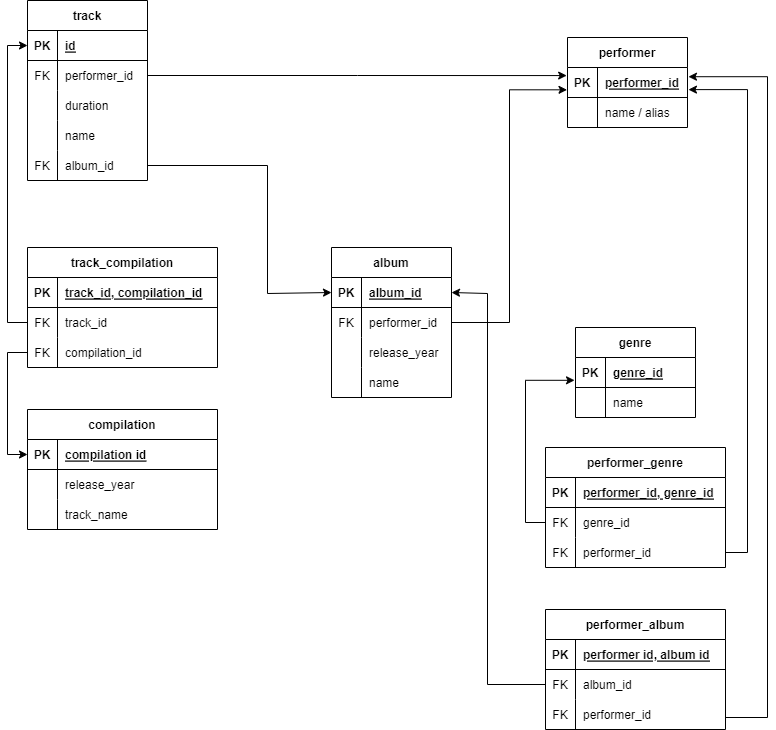
This is Diagram_new.png from femarko/DB_hometasks, a draw.io export, as it was before one commit. Source tidied: cells renumbered, new cells last; positions are measured from the earlier drawing's top-left corner, leaving out a move shared by most shapes.
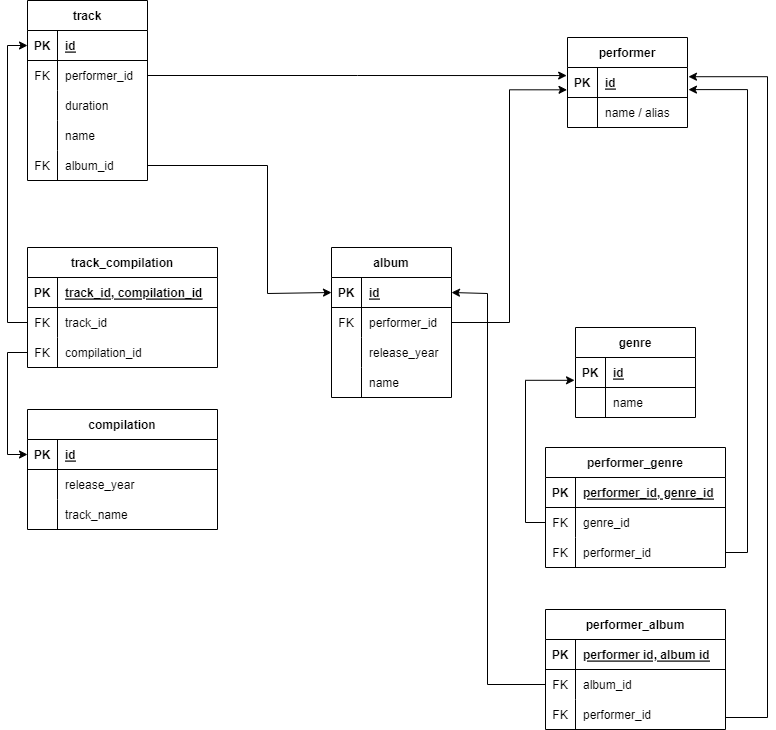
Later version of the same file.

Diff of the diagram source:
```diff
@@ -11,7 +11,7 @@
     <mxCell id="4" value="PK" style="shape=partialRectangle;fillColor=none;top=0;left=0;bottom=0;right=0;fontStyle=1;overflow=hidden;" parent="3" vertex="1">
       <mxGeometry width="30" height="30" as="geometry" />
     </mxCell>
-    <mxCell id="5" value="performer_id" style="shape=partialRectangle;fillColor=none;top=0;left=0;bottom=0;right=0;align=left;spacingLeft=6;fontStyle=5;overflow=hidden;" parent="3" vertex="1">
+    <mxCell id="5" value="id" style="shape=partialRectangle;fillColor=none;top=0;left=0;bottom=0;right=0;align=left;spacingLeft=6;fontStyle=5;overflow=hidden;" parent="3" vertex="1">
       <mxGeometry x="30" width="90" height="30" as="geometry" />
     </mxCell>
     <mxCell id="6" style="shape=tableRow;horizontal=0;startSize=0;swimlaneHead=0;swimlaneBody=0;fillColor=none;top=0;left=0;right=0;bottom=0;" parent="2" vertex="1">
@@ -32,7 +32,7 @@
     <mxCell id="11" value="PK" style="shape=partialRectangle;fillColor=none;top=0;left=0;bottom=0;right=0;fontStyle=1;overflow=hidden;" parent="10" vertex="1">
       <mxGeometry width="30" height="30" as="geometry" />
     </mxCell>
-    <mxCell id="12" value="album_id" style="shape=partialRectangle;fillColor=none;top=0;left=0;bottom=0;right=0;align=left;spacingLeft=6;fontStyle=5;overflow=hidden;" parent="10" vertex="1">
+    <mxCell id="12" value="id" style="shape=partialRectangle;fillColor=none;top=0;left=0;bottom=0;right=0;align=left;spacingLeft=6;fontStyle=5;overflow=hidden;" parent="10" vertex="1">
       <mxGeometry x="30" width="90" height="30" as="geometry" />
     </mxCell>
     <mxCell id="13" style="shape=tableRow;horizontal=0;startSize=0;swimlaneHead=0;swimlaneBody=0;fillColor=none;points=[[0,0.5],[1,0.5]];portConstraint=eastwest;top=0;left=0;right=0;bottom=0;" parent="9" vertex="1">
@@ -119,7 +119,7 @@
     <mxCell id="40" value="PK" style="shape=partialRectangle;fillColor=none;top=0;left=0;bottom=0;right=0;fontStyle=1;overflow=hidden;" parent="39" vertex="1">
       <mxGeometry width="30" height="30" as="geometry" />
     </mxCell>
-    <mxCell id="41" value="genre_id" style="shape=partialRectangle;fillColor=none;top=0;left=0;bottom=0;right=0;align=left;spacingLeft=6;fontStyle=5;overflow=hidden;" parent="39" vertex="1">
+    <mxCell id="41" value="id" style="shape=partialRectangle;fillColor=none;top=0;left=0;bottom=0;right=0;align=left;spacingLeft=6;fontStyle=5;overflow=hidden;" parent="39" vertex="1">
       <mxGeometry x="30" width="90" height="30" as="geometry" />
     </mxCell>
     <mxCell id="42" style="shape=tableRow;horizontal=0;startSize=0;swimlaneHead=0;swimlaneBody=0;fillColor=none;top=0;left=0;right=0;bottom=0;" parent="38" vertex="1">
@@ -222,7 +222,7 @@
     <mxCell id="71" value="PK" style="shape=partialRectangle;fillColor=none;top=0;left=0;bottom=0;right=0;fontStyle=1;overflow=hidden;" parent="70" vertex="1">
       <mxGeometry width="30" height="30" as="geometry" />
     </mxCell>
-    <mxCell id="72" value="compilation id" style="shape=partialRectangle;fillColor=none;top=0;left=0;bottom=0;right=0;align=left;spacingLeft=6;fontStyle=5;overflow=hidden;" parent="70" vertex="1">
+    <mxCell id="72" value="id" style="shape=partialRectangle;fillColor=none;top=0;left=0;bottom=0;right=0;align=left;spacingLeft=6;fontStyle=5;overflow=hidden;" parent="70" vertex="1">
       <mxGeometry x="30" width="160" height="30" as="geometry" />
     </mxCell>
     <mxCell id="73" style="shape=tableRow;horizontal=0;startSize=0;swimlaneHead=0;swimlaneBody=0;fillColor=none;top=0;left=0;right=0;bottom=0;" parent="69" vertex="1">
```
